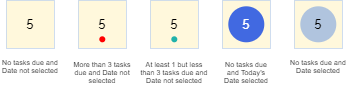
This is images/CalendarDayCards.png from AY1920S2-CS2103-F09-2/main, a draw.io export, as it was before one commit. Source tidied: cells renumbered, new cells last; positions are measured from the earlier drawing's top-left corner, leaving out a move shared by most shapes. The source it was exported from:
```xml
<mxGraphModel>
  <root>
    <mxCell id="0" />
    <mxCell id="1" parent="0" />
    <mxCell id="2" style="group;" parent="1" vertex="1">
      <mxGeometry x="10" width="560" height="80" as="geometry" />
    </mxCell>
    <mxCell id="3" style="group;" parent="2" vertex="1">
      <mxGeometry width="80" height="80" as="geometry" />
    </mxCell>
    <mxCell id="4" style="whiteSpace=wrap;html=1;strokeColor=#A9C4EB;fillColor=#FFF8DC;" parent="3" vertex="1">
      <mxGeometry width="80" height="80" as="geometry" />
    </mxCell>
    <mxCell id="5" value="&lt;font style=&quot;font-size: 22px&quot;&gt;5&lt;/font&gt;" style="text;html=1;strokeColor=none;fillColor=none;align=center;verticalAlign=middle;whiteSpace=wrap;rounded=0;" parent="3" vertex="1">
      <mxGeometry y="20" width="80" height="40" as="geometry" />
    </mxCell>
    <mxCell id="6" style="group;" parent="2" vertex="1">
      <mxGeometry x="120" width="80" height="80" as="geometry" />
    </mxCell>
    <mxCell id="7" style="whiteSpace=wrap;html=1;strokeColor=#A9C4EB;fillColor=#FFF8DC;" parent="6" vertex="1">
      <mxGeometry width="80" height="80" as="geometry" />
    </mxCell>
    <mxCell id="8" value="&lt;font style=&quot;font-size: 22px&quot;&gt;5&lt;/font&gt;" style="text;html=1;strokeColor=none;fillColor=none;align=center;verticalAlign=middle;whiteSpace=wrap;rounded=0;" parent="6" vertex="1">
      <mxGeometry y="20" width="80" height="40" as="geometry" />
    </mxCell>
    <mxCell id="9" style="ellipse;whiteSpace=wrap;html=1;strokeColor=none;fillColor=#FF0000;" parent="6" vertex="1">
      <mxGeometry x="35" y="60" width="10" height="10" as="geometry" />
    </mxCell>
    <mxCell id="10" style="group;" parent="2" vertex="1">
      <mxGeometry x="240" width="80" height="80" as="geometry" />
    </mxCell>
    <mxCell id="11" style="whiteSpace=wrap;html=1;strokeColor=#A9C4EB;fillColor=#FFF8DC;" parent="10" vertex="1">
      <mxGeometry width="80" height="80" as="geometry" />
    </mxCell>
    <mxCell id="12" value="&lt;font style=&quot;font-size: 22px&quot;&gt;5&lt;/font&gt;" style="text;html=1;strokeColor=none;fillColor=none;align=center;verticalAlign=middle;whiteSpace=wrap;rounded=0;" parent="10" vertex="1">
      <mxGeometry y="20" width="80" height="40" as="geometry" />
    </mxCell>
    <mxCell id="13" style="ellipse;whiteSpace=wrap;html=1;strokeColor=none;fillColor=#20B2AA;" parent="10" vertex="1">
      <mxGeometry x="35" y="60" width="10" height="10" as="geometry" />
    </mxCell>
    <mxCell id="14" style="group;" parent="2" vertex="1">
      <mxGeometry x="480" width="80" height="80" as="geometry" />
    </mxCell>
    <mxCell id="15" style="whiteSpace=wrap;html=1;strokeColor=#A9C4EB;fillColor=#FFF8DC;" parent="14" vertex="1">
      <mxGeometry width="80" height="80" as="geometry" />
    </mxCell>
    <mxCell id="16" style="group;" parent="14" vertex="1">
      <mxGeometry y="10" width="80" height="60" as="geometry" />
    </mxCell>
    <mxCell id="17" style="ellipse;whiteSpace=wrap;html=1;strokeColor=none;fillColor=#B0C4DE;" parent="16" vertex="1">
      <mxGeometry x="10" width="60" height="60" as="geometry" />
    </mxCell>
    <mxCell id="18" value="&lt;font style=&quot;font-size: 22px&quot;&gt;5&lt;/font&gt;" style="text;html=1;strokeColor=none;fillColor=none;align=center;verticalAlign=middle;whiteSpace=wrap;rounded=0;" parent="16" vertex="1">
      <mxGeometry y="10" width="80" height="40" as="geometry" />
    </mxCell>
    <mxCell id="19" style="whiteSpace=wrap;html=1;strokeColor=#A9C4EB;fillColor=#FFF8DC;" parent="2" vertex="1">
      <mxGeometry x="360" width="80" height="80" as="geometry" />
    </mxCell>
    <mxCell id="20" style="group;" parent="2" vertex="1">
      <mxGeometry x="360" y="10" width="80" height="60" as="geometry" />
    </mxCell>
    <mxCell id="21" style="ellipse;whiteSpace=wrap;html=1;strokeColor=none;fillColor=#4169E1;" parent="20" vertex="1">
      <mxGeometry x="10" width="60" height="60" as="geometry" />
    </mxCell>
    <mxCell id="22" value="&lt;font style=&quot;font-size: 22px&quot; color=&quot;#ffffff&quot;&gt;5&lt;/font&gt;" style="text;html=1;strokeColor=none;fillColor=none;align=center;verticalAlign=middle;whiteSpace=wrap;rounded=0;" parent="20" vertex="1">
      <mxGeometry y="10" width="80" height="40" as="geometry" />
    </mxCell>
    <mxCell id="23" value="No tasks due and Date not selected" style="text;html=1;strokeColor=none;fillColor=none;align=center;verticalAlign=middle;whiteSpace=wrap;rounded=0;" parent="1" vertex="1">
      <mxGeometry y="100" width="100" height="20" as="geometry" />
    </mxCell>
    <mxCell id="24" value="More than 3 tasks due and Date not selected" style="text;html=1;strokeColor=none;fillColor=none;align=center;verticalAlign=middle;whiteSpace=wrap;rounded=0;" parent="1" vertex="1">
      <mxGeometry x="120" y="110" width="100" height="20" as="geometry" />
    </mxCell>
    <mxCell id="25" value="At least 1 but less than 3 tasks due and Date not selected" style="text;html=1;strokeColor=none;fillColor=none;align=center;verticalAlign=middle;whiteSpace=wrap;rounded=0;" parent="1" vertex="1">
      <mxGeometry x="230" y="110" width="120" height="20" as="geometry" />
    </mxCell>
    <mxCell id="26" value="No tasks due and Today's Date selected" style="text;html=1;strokeColor=none;fillColor=none;align=center;verticalAlign=middle;whiteSpace=wrap;rounded=0;" parent="1" vertex="1">
      <mxGeometry x="370" y="110" width="80" height="20" as="geometry" />
    </mxCell>
    <mxCell id="27" value="No tasks due and Date selected" style="text;html=1;strokeColor=none;fillColor=none;align=center;verticalAlign=middle;whiteSpace=wrap;rounded=0;" parent="1" vertex="1">
      <mxGeometry x="480" y="100" width="100" height="20" as="geometry" />
    </mxCell>
  </root>
</mxGraphModel>
```
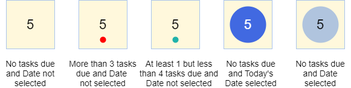
Later version of the same file.

The edit, as a diff of the source:
```diff
@@ -65,20 +65,20 @@
     <mxCell id="22" value="&lt;font style=&quot;font-size: 22px&quot; color=&quot;#ffffff&quot;&gt;5&lt;/font&gt;" style="text;html=1;strokeColor=none;fillColor=none;align=center;verticalAlign=middle;whiteSpace=wrap;rounded=0;" parent="20" vertex="1">
       <mxGeometry y="10" width="80" height="40" as="geometry" />
     </mxCell>
-    <mxCell id="23" value="No tasks due and Date not selected" style="text;html=1;strokeColor=none;fillColor=none;align=center;verticalAlign=middle;whiteSpace=wrap;rounded=0;" parent="1" vertex="1">
-      <mxGeometry y="100" width="100" height="20" as="geometry" />
+    <mxCell id="23" value="&lt;font style=&quot;font-size: 14px&quot;&gt;No tasks due and Date not selected&lt;/font&gt;" style="text;html=1;strokeColor=none;fillColor=none;align=center;verticalAlign=middle;whiteSpace=wrap;rounded=0;" parent="1" vertex="1">
+      <mxGeometry y="110" width="100" height="20" as="geometry" />
     </mxCell>
-    <mxCell id="24" value="More than 3 tasks due and Date not selected" style="text;html=1;strokeColor=none;fillColor=none;align=center;verticalAlign=middle;whiteSpace=wrap;rounded=0;" parent="1" vertex="1">
-      <mxGeometry x="120" y="110" width="100" height="20" as="geometry" />
+    <mxCell id="24" value="&lt;font style=&quot;font-size: 14px&quot;&gt;More than 3 tasks due and Date &lt;br&gt;not selected&lt;/font&gt;" style="text;html=1;strokeColor=none;fillColor=none;align=center;verticalAlign=middle;whiteSpace=wrap;rounded=0;" parent="1" vertex="1">
+      <mxGeometry x="110" y="110" width="120" height="20" as="geometry" />
     </mxCell>
-    <mxCell id="25" value="At least 1 but less than 3 tasks due and Date not selected" style="text;html=1;strokeColor=none;fillColor=none;align=center;verticalAlign=middle;whiteSpace=wrap;rounded=0;" parent="1" vertex="1">
-      <mxGeometry x="230" y="110" width="120" height="20" as="geometry" />
+    <mxCell id="25" value="&lt;font style=&quot;font-size: 14px&quot;&gt;At least 1 but less than 4 tasks due and Date not selected&lt;/font&gt;" style="text;html=1;strokeColor=none;fillColor=none;align=center;verticalAlign=middle;whiteSpace=wrap;rounded=0;" parent="1" vertex="1">
+      <mxGeometry x="226" y="110" width="140" height="20" as="geometry" />
     </mxCell>
-    <mxCell id="26" value="No tasks due and Today's Date selected" style="text;html=1;strokeColor=none;fillColor=none;align=center;verticalAlign=middle;whiteSpace=wrap;rounded=0;" parent="1" vertex="1">
-      <mxGeometry x="370" y="110" width="80" height="20" as="geometry" />
+    <mxCell id="26" value="&lt;font style=&quot;font-size: 14px&quot;&gt;No tasks due and Today's Date selected&lt;/font&gt;" style="text;html=1;strokeColor=none;fillColor=none;align=center;verticalAlign=middle;whiteSpace=wrap;rounded=0;" parent="1" vertex="1">
+      <mxGeometry x="370" y="110" width="90" height="20" as="geometry" />
     </mxCell>
-    <mxCell id="27" value="No tasks due and Date selected" style="text;html=1;strokeColor=none;fillColor=none;align=center;verticalAlign=middle;whiteSpace=wrap;rounded=0;" parent="1" vertex="1">
-      <mxGeometry x="480" y="100" width="100" height="20" as="geometry" />
+    <mxCell id="27" value="&lt;font style=&quot;font-size: 14px&quot;&gt;No tasks due and Date selected&lt;/font&gt;" style="text;html=1;strokeColor=none;fillColor=none;align=center;verticalAlign=middle;whiteSpace=wrap;rounded=0;" parent="1" vertex="1">
+      <mxGeometry x="480" y="110" width="100" height="20" as="geometry" />
     </mxCell>
   </root>
 </mxGraphModel>
```
